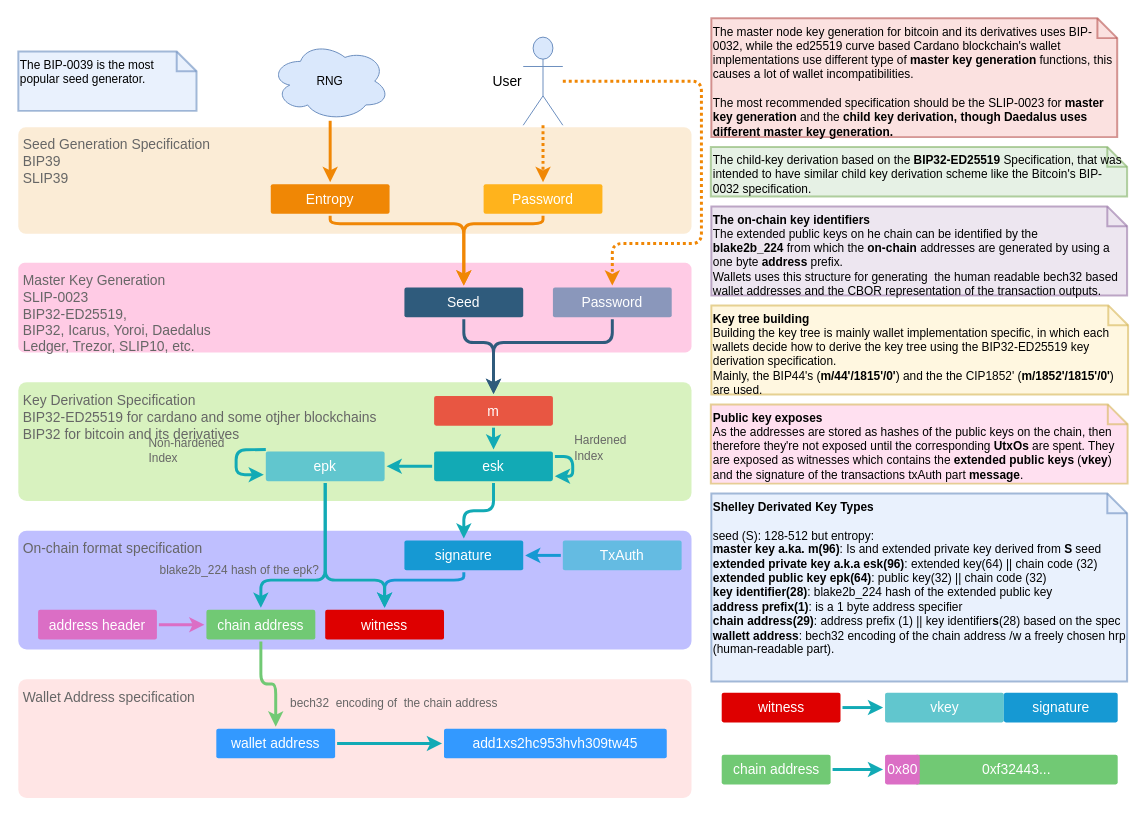
ilap/ShelleyStuffs keeps this draw.io diagram as diagrams/Wallet_Specification.drawio. Above is the earlier version. Source tidied: cells renumbered, new cells numbered last; positions are measured from the earlier drawing's top-left corner, leaving out a move shared by most shapes. Both pictures are drawn from the tidied source at 99%, with x=0, y=0 at pixel (18, 18).
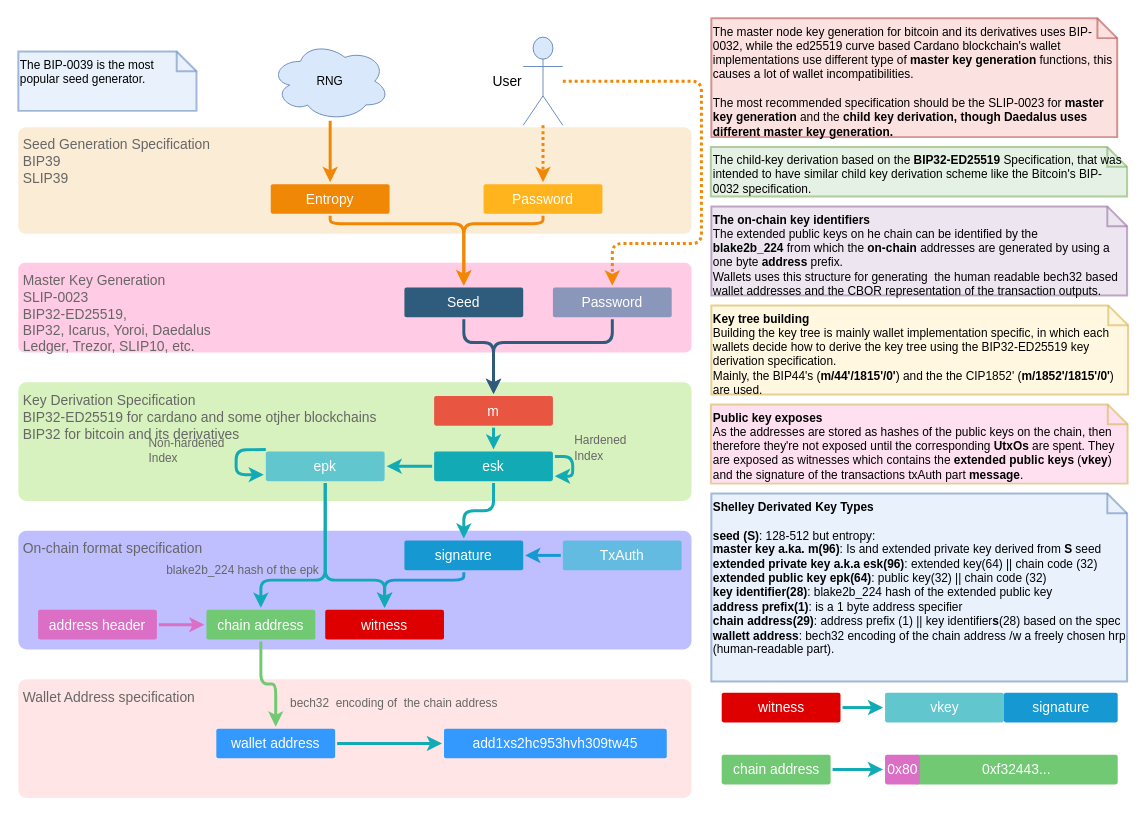
Above is the later version.

The change refers to these unchanged cells:
```xml
<mxCell id="34" style="edgeStyle=orthogonalEdgeStyle;rounded=1;jumpStyle=none;html=1;shadow=0;labelBackgroundColor=none;startArrow=none;startFill=0;jettySize=auto;strokeColor=#12AAB5;strokeWidth=3;fontFamily=Helvetica;fontSize=14;fontColor=#FFFFFF;spacing=5;fontStyle=1;fillColor=#b0e3e6;entryX=0.5;entryY=0;entryDx=0;entryDy=0;" parent="1" edge="1" source="16" target="33">
  <mxGeometry relative="1" as="geometry">
    <Array as="points">
      <mxPoint x="310" y="567.5" />
      <mxPoint x="245" y="567.5" />
    </Array>
  </mxGeometry>
</mxCell>
```

Diff of the diagram source:
```diff
@@
-    <mxCell id="35" value="blake2b_224 hash of the epk?" style="edgeLabel;html=1;align=right;verticalAlign=middle;fontSize=12;fontColor=#666666;labelBackgroundColor=none;labelPosition=left;verticalLabelPosition=middle;" parent="34" vertex="1">
+    <mxCell id="35" value="blake2b_224 hash of the epk" style="edgeLabel;html=1;align=right;verticalAlign=middle;fontSize=12;fontColor=#666666;labelBackgroundColor=none;labelPosition=left;verticalLabelPosition=middle;" parent="34" vertex="1">
       <mxGeometry x="0.48" y="-1" relative="1" as="geometry">
         <mxPoint x="37" y="-9" as="offset" />
       </mxGeometry>
     </mxCell>
@@
-    <mxCell id="58" value="&lt;b&gt;Shelley Derivated Key Types&lt;/b&gt;&lt;br&gt;&lt;br&gt;seed (S): 128-512 but entropy:&lt;br&gt;&lt;b&gt;master key a.ka. m(96)&lt;/b&gt;: Is and extended private key derived from &lt;b&gt;S &lt;/b&gt;seed&lt;br&gt;&lt;b&gt;extended private key a.k.a esk(96)&lt;/b&gt;: extended key(64) || chain code (32)&lt;br&gt;&lt;b&gt;extended public key epk(64)&lt;/b&gt;: public key(32) || chain code (32)&lt;br&gt;&lt;b&gt;key identifier(28)&lt;/b&gt;: blake2b_224 hash of the extended public key&lt;br&gt;&lt;b&gt;address prefix(1)&lt;/b&gt;: is a 1 byte address specifier&lt;br&gt;&lt;b&gt;chain address(29)&lt;/b&gt;: address prefix (1) || key identifier&lt;b&gt;s&lt;/b&gt;(28) based on the spec&lt;br&gt;&lt;b&gt;wallett address&lt;/b&gt;: bech32 encoding of the chain address /w a freely chosen hrp (human-readable part)." style="shape=note;strokeWidth=2;fontSize=12;size=20;whiteSpace=wrap;html=1;fillColor=#dae8fc;strokeColor=#6c8ebf;labelBackgroundColor=none;opacity=60;align=left;verticalAlign=top;" parent="1" vertex="1">
+    <mxCell id="58" value="&lt;b&gt;Shelley Derivated Key Types&lt;/b&gt;&lt;br&gt;&lt;br&gt;&lt;b&gt;seed (S)&lt;/b&gt;: 128-512 but entropy:&lt;br&gt;&lt;b&gt;master key a.ka. m(96)&lt;/b&gt;: Is and extended private key derived from &lt;b&gt;S &lt;/b&gt;seed&lt;br&gt;&lt;b&gt;extended private key a.k.a esk(96)&lt;/b&gt;: extended key(64) || chain code (32)&lt;br&gt;&lt;b&gt;extended public key epk(64)&lt;/b&gt;: public key(32) || chain code (32)&lt;br&gt;&lt;b&gt;key identifier(28)&lt;/b&gt;: blake2b_224 hash of the extended public key&lt;br&gt;&lt;b&gt;address prefix(1)&lt;/b&gt;: is a 1 byte address specifier&lt;br&gt;&lt;b&gt;chain address(29)&lt;/b&gt;: address prefix (1) || key identifier&lt;b&gt;s&lt;/b&gt;(28) based on the spec&lt;br&gt;&lt;b&gt;wallett address&lt;/b&gt;: bech32 encoding of the chain address /w a freely chosen hrp (human-readable part)." style="shape=note;strokeWidth=2;fontSize=12;size=20;whiteSpace=wrap;html=1;fillColor=#dae8fc;strokeColor=#6c8ebf;labelBackgroundColor=none;opacity=60;align=left;verticalAlign=top;" parent="1" vertex="1">
       <mxGeometry x="700" y="480" width="420" height="190" as="geometry" />
     </mxCell>
```
